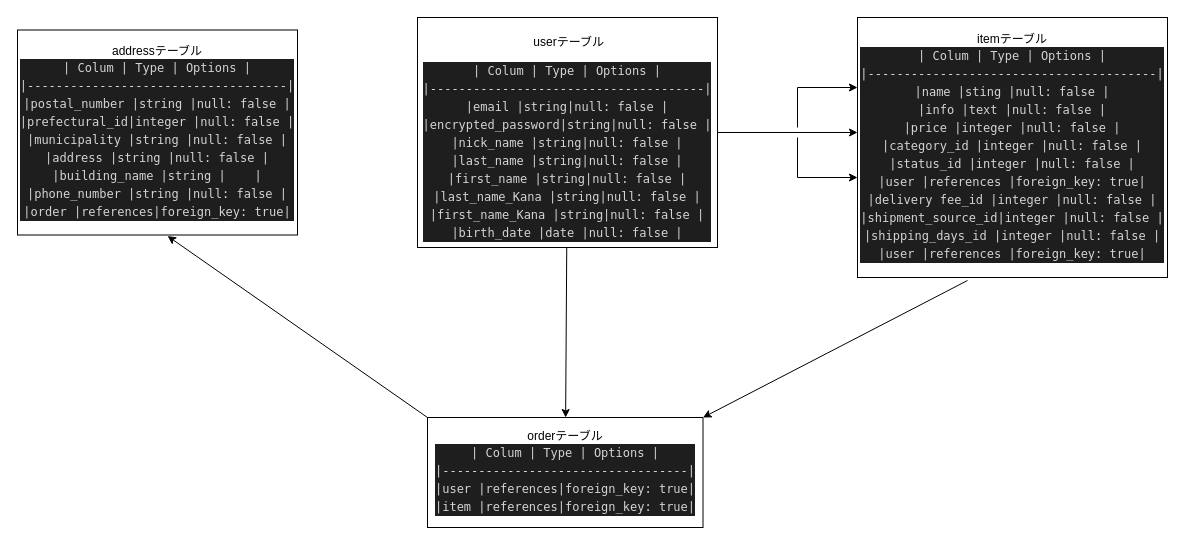
This is furima.dio from kenshiro0107/furima-31158, a draw.io file, before an edit. Source tidied: cells renumbered, new cells numbered last; positions are measured from the earlier drawing's top-left corner, leaving out a move shared by most shapes. Both pictures are drawn from the tidied source at 100%, with x=0, y=0 at pixel (17, 17).
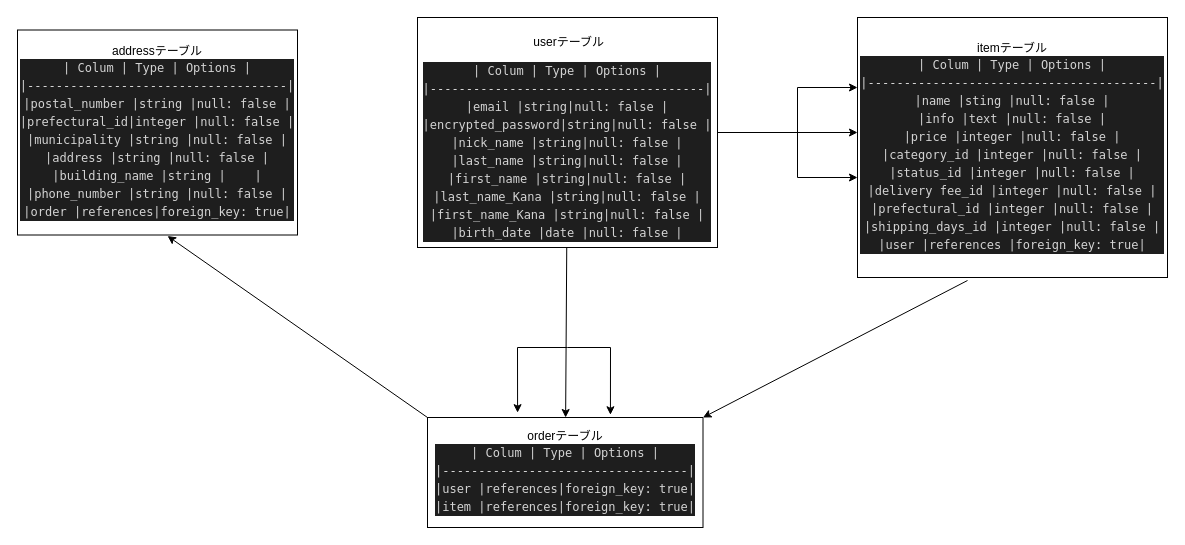
After the change.

Commit message (it also covers changes not shown here):
データベース設計７

The change refers to these unchanged cells:
```xml
<mxCell id="8" value="orderテーブル&lt;br&gt;&lt;div style=&quot;color: rgb(212 , 212 , 212) ; background-color: rgb(30 , 30 , 30) ; font-family: &amp;#34;menlo&amp;#34; , &amp;#34;monaco&amp;#34; , &amp;#34;courier new&amp;#34; , monospace ; line-height: 18px&quot;&gt;&lt;div&gt;| Colum        | Type     | Options         |&lt;/div&gt;&lt;div&gt;|----------------------------------|&lt;/div&gt;&lt;div&gt;|user          |references|foreign_key: true|&lt;br&gt;&lt;/div&gt;&lt;div&gt;|item          |references|foreign_key: true|&lt;/div&gt;&lt;/div&gt;" style="whiteSpace=wrap;html=1;" parent="1" vertex="1">
  <mxGeometry x="410" y="400" width="275.5" height="110" as="geometry" />
</mxCell>
```

Change to the diagram source:
```diff
@@
     <mxCell id="3" style="edgeStyle=none;rounded=0;orthogonalLoop=1;jettySize=auto;html=1;" parent="1" edge="1">
       <mxGeometry relative="1" as="geometry">
-        <mxPoint x="780" y="110" as="sourcePoint" />
+        <mxPoint x="780" y="120" as="sourcePoint" />
         <mxPoint x="840" y="70" as="targetPoint" />
         <Array as="points">
           <mxPoint x="780" y="70" />
         </Array>
       </mxGeometry>
     </mxCell>
+    <mxCell id="12" style="edgeStyle=none;rounded=0;jettySize=auto;html=1;entryX=0.327;entryY=-0.044;entryDx=0;entryDy=0;entryPerimeter=0;" parent="1" edge="1" target="8">
+      <mxGeometry relative="1" as="geometry">
+        <mxPoint x="550" y="330" as="sourcePoint" />
+        <Array as="points">
+          <mxPoint x="500" y="330" />
+        </Array>
+      </mxGeometry>
+    </mxCell>
+    <mxCell id="13" style="edgeStyle=none;rounded=0;jettySize=auto;html=1;entryX=0.664;entryY=-0.025;entryDx=0;entryDy=0;entryPerimeter=0;" parent="1" edge="1" target="8">
+      <mxGeometry relative="1" as="geometry">
+        <mxPoint x="550" y="330" as="sourcePoint" />
+        <Array as="points">
+          <mxPoint x="593" y="330" />
+        </Array>
+      </mxGeometry>
+    </mxCell>
@@
-    <mxCell id="5" value="itemテーブル&lt;br&gt;&lt;div style=&quot;color: rgb(212 , 212 , 212) ; background-color: rgb(30 , 30 , 30) ; font-family: &amp;#34;menlo&amp;#34; , &amp;#34;monaco&amp;#34; , &amp;#34;courier new&amp;#34; , monospace ; line-height: 18px&quot;&gt;&lt;div style=&quot;font-family: &amp;#34;menlo&amp;#34; , &amp;#34;monaco&amp;#34; , &amp;#34;courier new&amp;#34; , monospace ; line-height: 18px&quot;&gt;&lt;div style=&quot;font-family: &amp;#34;menlo&amp;#34; , &amp;#34;monaco&amp;#34; , &amp;#34;courier new&amp;#34; , monospace ; line-height: 18px&quot;&gt;&lt;div style=&quot;font-family: &amp;#34;menlo&amp;#34; , &amp;#34;monaco&amp;#34; , &amp;#34;courier new&amp;#34; , monospace ; line-height: 18px&quot;&gt;&lt;div style=&quot;font-family: &amp;#34;menlo&amp;#34; , &amp;#34;monaco&amp;#34; , &amp;#34;courier new&amp;#34; , monospace ; line-height: 18px&quot;&gt;&lt;div&gt;| Colum            | Type        | Options         |&lt;/div&gt;&lt;div&gt;|----------------------------------------|&lt;/div&gt;&lt;div&gt;|name              |sting        |null: false      |&lt;/div&gt;&lt;div&gt;|info              |text         |null: false      |&lt;/div&gt;&lt;div&gt;|price             |integer      |null: false      |&lt;/div&gt;&lt;div&gt;|category_id       |integer      |null: false      |&lt;/div&gt;&lt;div&gt;|status_id         |integer      |null: false      |&lt;/div&gt;&lt;div&gt;|user              |references   |foreign_key: true|&lt;/div&gt;&lt;div&gt;|delivery fee_id   |integer      |null: false      |&lt;/div&gt;&lt;div&gt;|shipment_source_id|integer      |null: false      |&lt;/div&gt;&lt;div&gt;|shipping_days_id  |integer      |null: false      |&lt;/div&gt;&lt;div&gt;|user              |references   |foreign_key: true|&lt;/div&gt;&lt;/div&gt;&lt;/div&gt;&lt;/div&gt;&lt;/div&gt;&lt;/div&gt;" style="whiteSpace=wrap;html=1;" parent="1" vertex="1">
+    <mxCell id="5" value="itemテーブル&lt;br&gt;&lt;div style=&quot;color: rgb(212 , 212 , 212) ; background-color: rgb(30 , 30 , 30) ; font-family: &amp;#34;menlo&amp;#34; , &amp;#34;monaco&amp;#34; , &amp;#34;courier new&amp;#34; , monospace ; line-height: 18px&quot;&gt;&lt;div style=&quot;font-family: &amp;#34;menlo&amp;#34; , &amp;#34;monaco&amp;#34; , &amp;#34;courier new&amp;#34; , monospace ; line-height: 18px&quot;&gt;&lt;div style=&quot;font-family: &amp;#34;menlo&amp;#34; , &amp;#34;monaco&amp;#34; , &amp;#34;courier new&amp;#34; , monospace ; line-height: 18px&quot;&gt;&lt;div style=&quot;font-family: &amp;#34;menlo&amp;#34; , &amp;#34;monaco&amp;#34; , &amp;#34;courier new&amp;#34; , monospace ; line-height: 18px&quot;&gt;&lt;div style=&quot;font-family: &amp;#34;menlo&amp;#34; , &amp;#34;monaco&amp;#34; , &amp;#34;courier new&amp;#34; , monospace ; line-height: 18px&quot;&gt;&lt;div style=&quot;font-family: &amp;#34;menlo&amp;#34; , &amp;#34;monaco&amp;#34; , &amp;#34;courier new&amp;#34; , monospace ; line-height: 18px&quot;&gt;&lt;div&gt;| Colum            | Type        | Options         |&lt;/div&gt;&lt;div&gt;|----------------------------------------|&lt;/div&gt;&lt;div&gt;|name              |sting        |null: false      |&lt;/div&gt;&lt;div&gt;|info              |text         |null: false      |&lt;/div&gt;&lt;div&gt;|price             |integer      |null: false      |&lt;/div&gt;&lt;div&gt;|category_id       |integer      |null: false      |&lt;/div&gt;&lt;div&gt;|status_id         |integer      |null: false      |&lt;/div&gt;&lt;div&gt;|delivery fee_id   |integer      |null: false      |&lt;/div&gt;&lt;div&gt;|prefectural_id    |integer      |null: false      |&lt;/div&gt;&lt;div&gt;|shipping_days_id  |integer      |null: false      |&lt;/div&gt;&lt;div&gt;|user              |references   |foreign_key: true|&lt;/div&gt;&lt;/div&gt;&lt;/div&gt;&lt;/div&gt;&lt;/div&gt;&lt;/div&gt;&lt;/div&gt;" style="whiteSpace=wrap;html=1;" parent="1" vertex="1">
       <mxGeometry x="840" width="310" height="260" as="geometry" />
     </mxCell>
@@
     <mxCell id="9" style="edgeStyle=none;rounded=0;orthogonalLoop=1;jettySize=auto;html=1;" parent="1" edge="1">
       <mxGeometry relative="1" as="geometry">
-        <mxPoint x="780" y="120" as="sourcePoint" />
+        <mxPoint x="780" y="100" as="sourcePoint" />
         <mxPoint x="840" y="160" as="targetPoint" />
         <Array as="points">
           <mxPoint x="780" y="160" />
         </Array>
       </mxGeometry>
     </mxCell>
```
